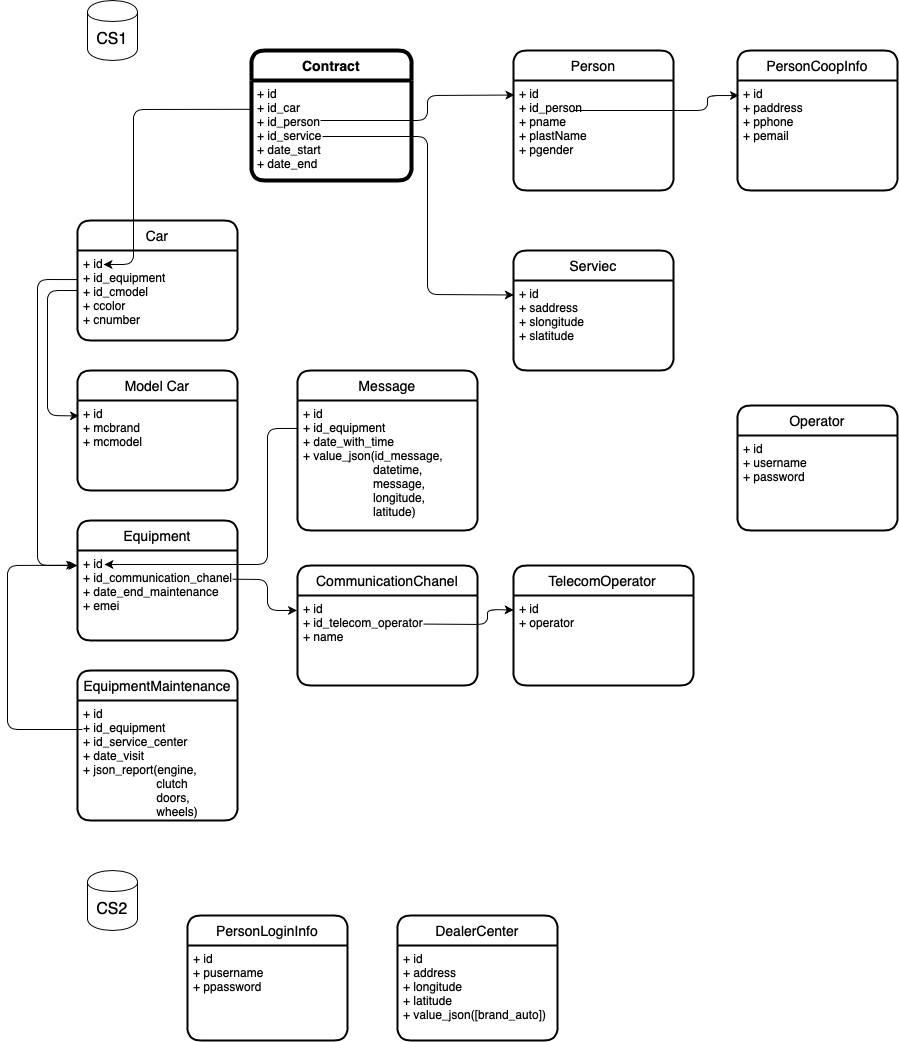
timoninas/db-practice keeps this draw.io diagram as model/bd_cs.png. Above is the earlier version. Source tidied: cells renumbered, new cells last; positions are measured from the earlier drawing's top-left corner, leaving out a move shared by most shapes.
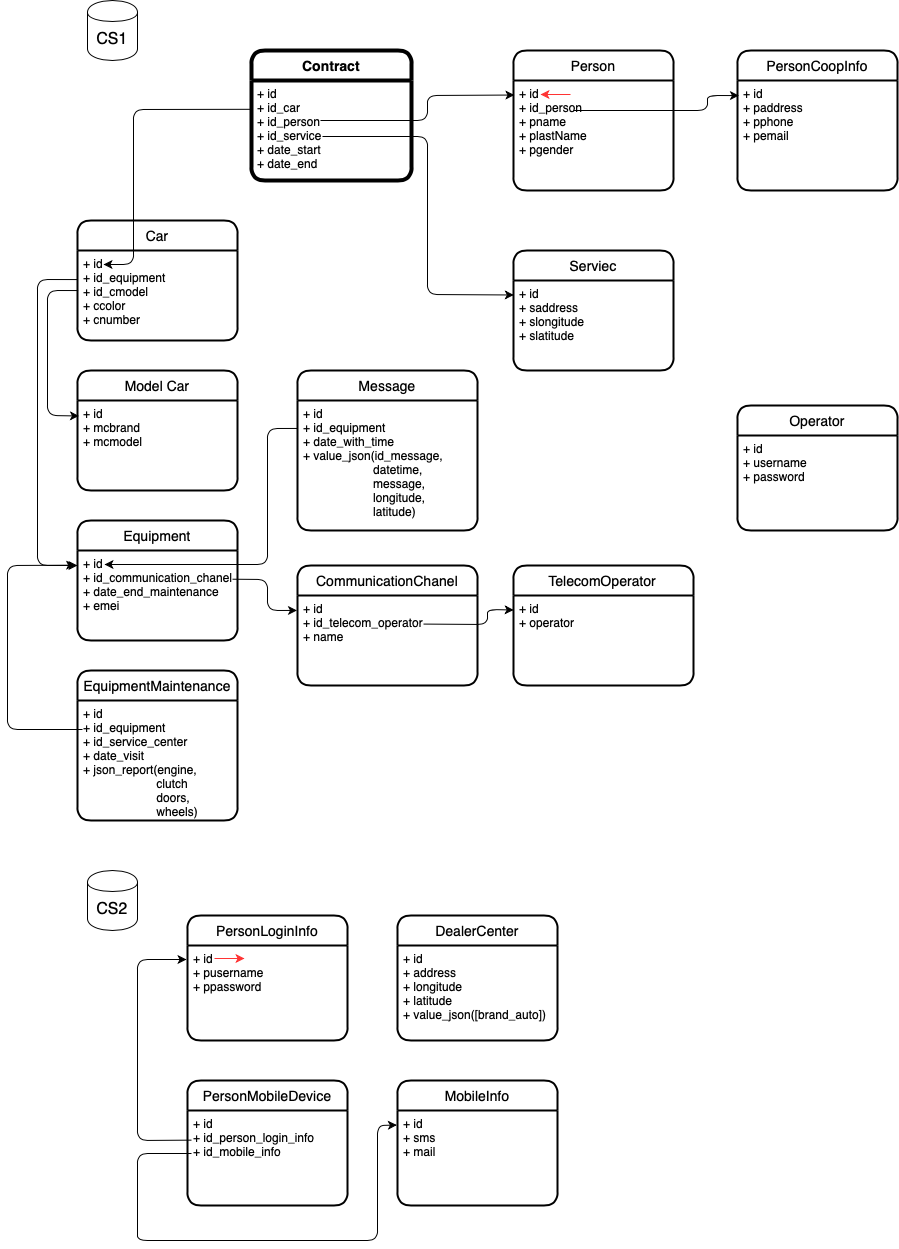
Above is the later version.

Change to the diagram source:
```diff
@@ -93,6 +93,12 @@
     <mxCell id="21" value="Person" style="swimlane;horizontal=1;startSize=30;rounded=1;fontSize=14;fontStyle=0;strokeWidth=2;shadow=0;dashed=0;align=center;" parent="1" vertex="1">
       <mxGeometry x="506" y="50" width="160" height="140" as="geometry" />
     </mxCell>
+    <mxCell id="42" style="endArrow=classic;html=1;strokeColor=#FF3333;" parent="21" edge="1">
+      <mxGeometry relative="1" as="geometry">
+        <mxPoint x="57" y="44" as="sourcePoint" />
+        <mxPoint x="27" y="44" as="targetPoint" />
+      </mxGeometry>
+    </mxCell>
     <mxCell id="22" value="+ id&#10;+ id_person&#10;+ pname&#10;+ plastName&#10;+ pgender" style="align=left;strokeColor=none;fillColor=none;spacingLeft=4;fontSize=12;verticalAlign=top;" parent="21" vertex="1">
       <mxGeometry y="30" width="160" height="110" as="geometry" />
     </mxCell>
@@ -159,6 +165,12 @@
     <mxCell id="35" value="PersonLoginInfo" style="swimlane;horizontal=1;startSize=30;rounded=1;fontSize=14;fontStyle=0;strokeWidth=2;shadow=0;dashed=0;align=center;" parent="1" vertex="1">
       <mxGeometry x="180" y="915" width="160" height="125" as="geometry" />
     </mxCell>
+    <mxCell id="43" style="endArrow=classic;html=1;strokeColor=#FF3333;" parent="35" edge="1">
+      <mxGeometry relative="1" as="geometry">
+        <mxPoint x="27" y="43" as="sourcePoint" />
+        <mxPoint x="57" y="43" as="targetPoint" />
+      </mxGeometry>
+    </mxCell>
     <mxCell id="36" value="+ id&#10;+ pusername&#10;+ ppassword" style="align=left;strokeColor=none;fillColor=none;spacingLeft=4;fontSize=12;verticalAlign=top;" parent="35" vertex="1">
       <mxGeometry y="30" width="160" height="95" as="geometry" />
     </mxCell>
@@ -183,5 +195,39 @@
         </Array>
       </mxGeometry>
     </mxCell>
+    <mxCell id="44" value="PersonMobileDevice" style="swimlane;horizontal=1;startSize=30;rounded=1;fontSize=14;fontStyle=0;strokeWidth=2;shadow=0;dashed=0;align=center;" parent="1" vertex="1">
+      <mxGeometry x="180" y="1080" width="160" height="125" as="geometry" />
+    </mxCell>
+    <mxCell id="45" value="+ id&#10;+ id_person_login_info&#10;+ id_mobile_info" style="align=left;strokeColor=none;fillColor=none;spacingLeft=4;fontSize=12;verticalAlign=top;" parent="44" vertex="1">
+      <mxGeometry y="30" width="160" height="95" as="geometry" />
+    </mxCell>
+    <mxCell id="46" value="MobileInfo" style="swimlane;horizontal=1;startSize=30;rounded=1;fontSize=14;fontStyle=0;strokeWidth=2;shadow=0;dashed=0;align=center;" parent="1" vertex="1">
+      <mxGeometry x="390" y="1080" width="160" height="125" as="geometry" />
+    </mxCell>
+    <mxCell id="47" value="+ id&#10;+ sms&#10;+ mail" style="align=left;strokeColor=none;fillColor=none;spacingLeft=4;fontSize=12;verticalAlign=top;" parent="46" vertex="1">
+      <mxGeometry y="30" width="160" height="95" as="geometry" />
+    </mxCell>
+    <mxCell id="48" style="endArrow=classic;html=1;exitX=0;exitY=0.312;exitDx=0;exitDy=0;exitPerimeter=0;" parent="1" edge="1">
+      <mxGeometry relative="1" as="geometry">
+        <mxPoint x="184" y="1139.6" as="sourcePoint" />
+        <mxPoint x="179" y="959" as="targetPoint" />
+        <Array as="points">
+          <mxPoint x="130" y="1140" />
+          <mxPoint x="130" y="959" />
+        </Array>
+      </mxGeometry>
+    </mxCell>
+    <mxCell id="49" style="endArrow=classic;html=1;entryX=-0.004;entryY=0.153;entryDx=0;entryDy=0;entryPerimeter=0;" parent="1" edge="1" target="47">
+      <mxGeometry relative="1" as="geometry">
+        <mxPoint x="184" y="1153" as="sourcePoint" />
+        <Array as="points">
+          <mxPoint x="130" y="1153" />
+          <mxPoint x="130" y="1220" />
+          <mxPoint x="130" y="1240" />
+          <mxPoint x="370" y="1240" />
+          <mxPoint x="370" y="1125" />
+        </Array>
+      </mxGeometry>
+    </mxCell>
   </root>
 </mxGraphModel>
```
